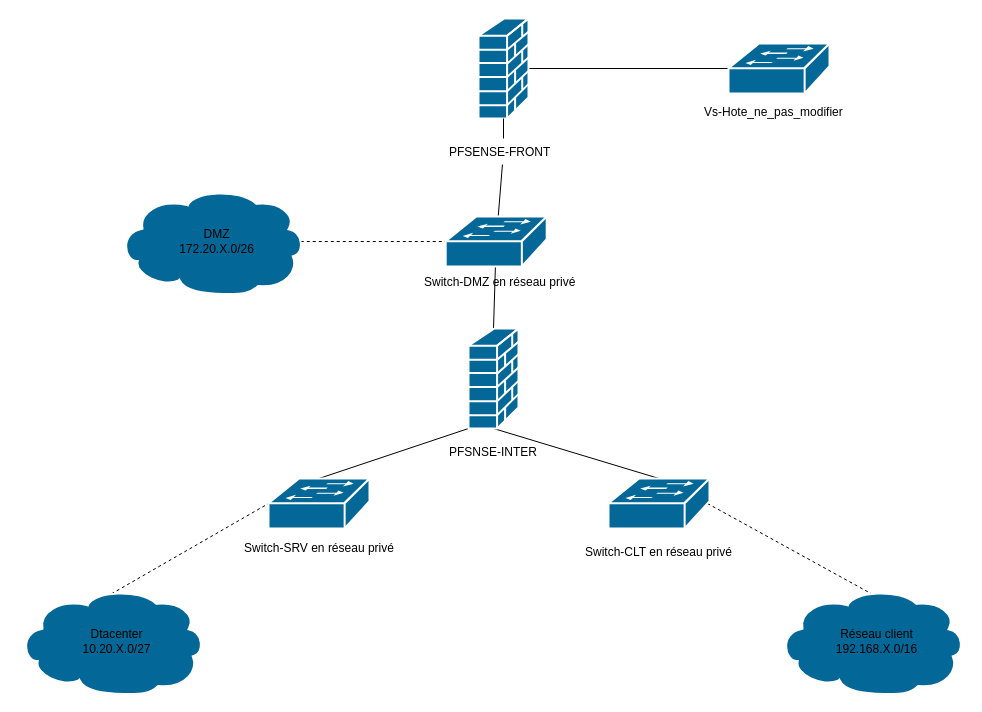
shark96/swot keeps this draw.io diagram as Diagramme sans nom.drawio. Above is the earlier version. Source tidied: cells renumbered, new cells numbered last; positions are measured from the earlier drawing's top-left corner, leaving out a move shared by most shapes. Both pictures are drawn from the tidied source at 100%, with x=0, y=0 at pixel (18, 18).
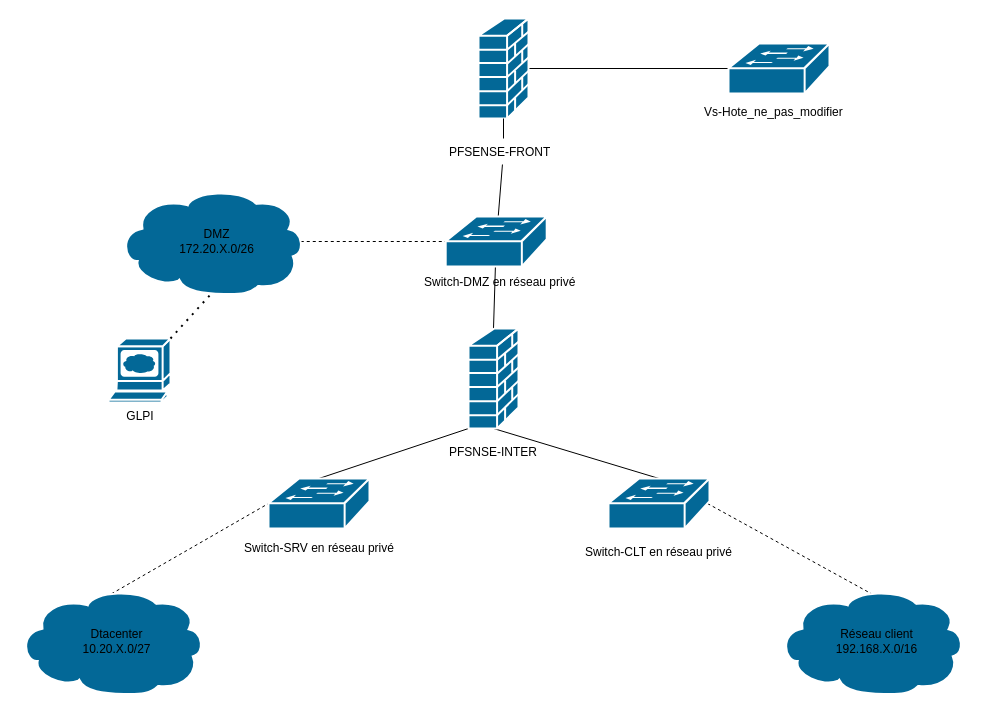
Above is the later version.

The change refers to these unchanged cells:
```xml
<mxCell id="37" style="shape=mxgraph.cisco.storage.cloud;sketch=0;html=1;dashed=0;fillColor=#036897;strokeColor=#ffffff;strokeWidth=2;verticalLabelPosition=bottom;verticalAlign=top;align=center;outlineConnect=0;" parent="36" vertex="1">
  <mxGeometry width="186" height="106" as="geometry" />
</mxCell>
```

What changed in the source:
```diff
@@
+    <mxCell id="39" style="group;" parent="1" vertex="1">
+      <mxGeometry x="90" y="320" width="62" height="93" as="geometry" />
+    </mxCell>
+    <mxCell id="40" style="edgeStyle=orthogonalEdgeStyle;rounded=0;jettySize=auto;html=1;exitX=0.5;exitY=0;exitDx=0;exitDy=0;exitPerimeter=0;" parent="39" edge="1" source="41">
+      <mxGeometry relative="1" as="geometry">
+        <mxPoint x="31.4" y="-0.4" as="targetPoint" />
+      </mxGeometry>
+    </mxCell>
+    <mxCell id="41" style="shape=mxgraph.cisco.computers_and_peripherals.web_browser;sketch=0;html=1;dashed=0;fillColor=#036897;strokeColor=#ffffff;strokeWidth=2;verticalLabelPosition=bottom;verticalAlign=top;align=center;outlineConnect=0;" parent="39" vertex="1">
+      <mxGeometry width="62" height="64" as="geometry" />
+    </mxCell>
+    <mxCell id="42" value="GLPI" style="text;html=1;align=center;verticalAlign=middle;whiteSpace=wrap;rounded=0;" parent="39" vertex="1">
+      <mxGeometry x="2" y="63" width="60" height="30" as="geometry" />
+    </mxCell>
+    <mxCell id="43" style="endArrow=none;dashed=1;html=1;dashPattern=1 3;strokeWidth=2;rounded=0;exitX=1;exitY=0;exitDx=0;exitDy=0;exitPerimeter=0;entryX=0.5;entryY=0.99;entryDx=0;entryDy=0;entryPerimeter=0;" parent="1" edge="1" source="41" target="37">
+      <mxGeometry relative="1" as="geometry" />
+    </mxCell>
```
